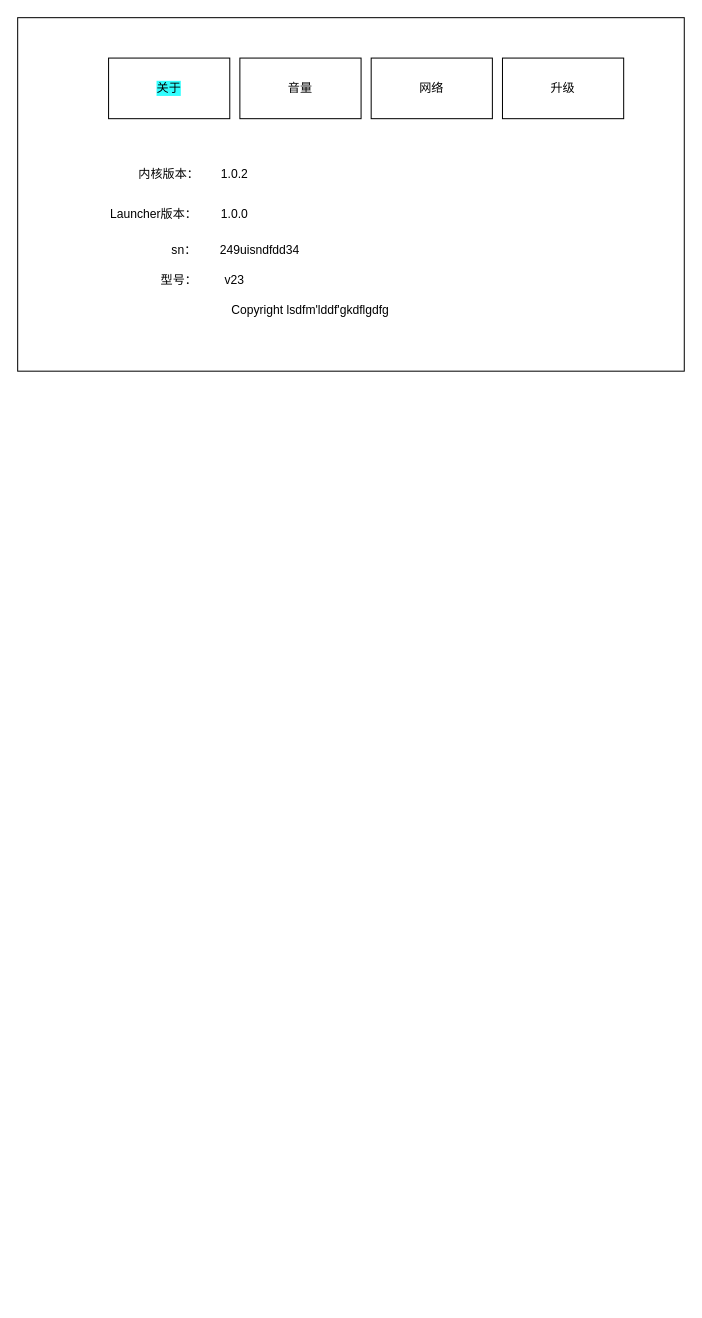
This is 海马云游戏主机Launcher设置.drawio from Garygu0519/drawideas, a draw.io file, before an edit. Source tidied: cells renumbered, new cells numbered last; positions are measured from the earlier drawing's top-left corner, leaving out a move shared by most shapes. Both pictures are drawn from the tidied source at 101%, with x=0, y=0 at pixel (17, 17).
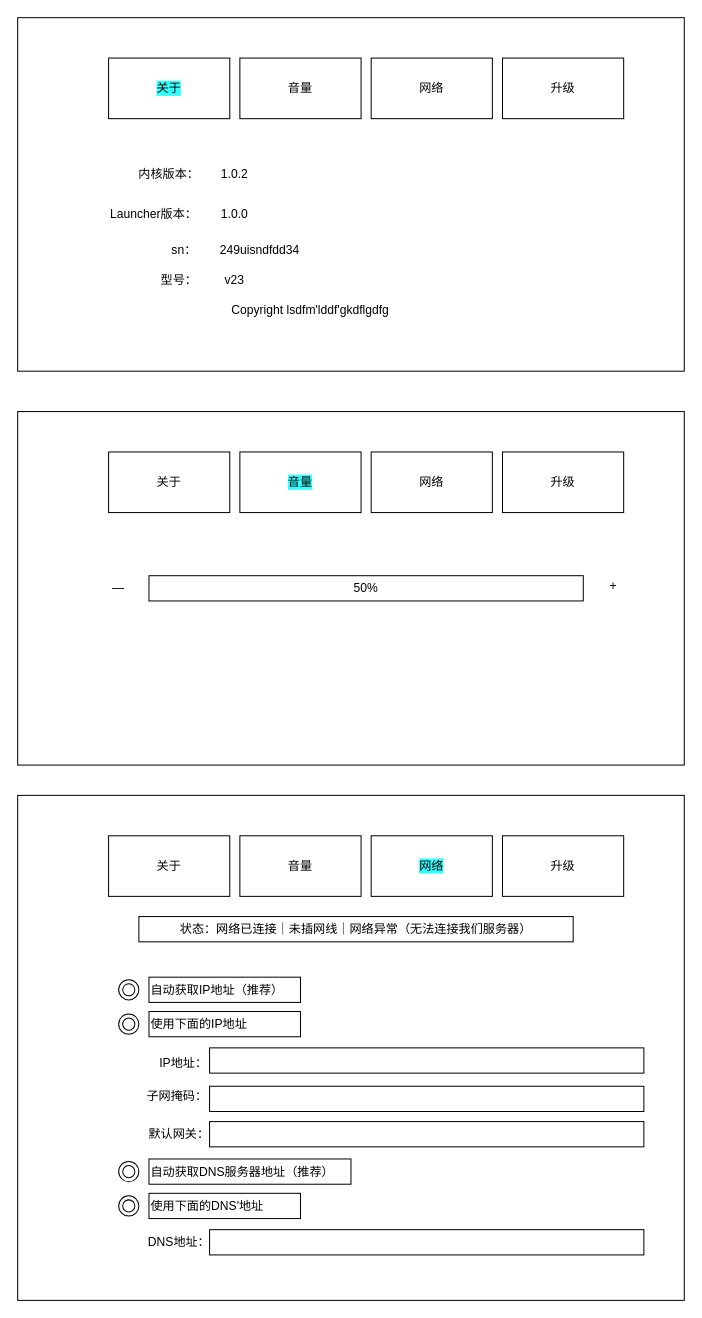
The same page after the edit.

Commit message (it also covers changes not shown here):
更新海马云游戏主机Launcher设置.drawio

The edit, as a diff of the source:
```diff
@@
+    <mxCell id="16" style="rounded=0;whiteSpace=wrap;html=1;" parent="1" vertex="1">
+      <mxGeometry y="390" width="660" height="350" as="geometry" />
+    </mxCell>
+    <mxCell id="17" value="关于" style="rounded=0;whiteSpace=wrap;html=1;labelBackgroundColor=none;" parent="1" vertex="1">
+      <mxGeometry x="90" y="430" width="120" height="60" as="geometry" />
+    </mxCell>
+    <mxCell id="18" value="网络" style="rounded=0;whiteSpace=wrap;html=1;" parent="1" vertex="1">
+      <mxGeometry x="350" y="430" width="120" height="60" as="geometry" />
+    </mxCell>
+    <mxCell id="19" value="升级" style="rounded=0;whiteSpace=wrap;html=1;" parent="1" vertex="1">
+      <mxGeometry x="480" y="430" width="120" height="60" as="geometry" />
+    </mxCell>
+    <mxCell id="20" value="音量" style="rounded=0;whiteSpace=wrap;html=1;fontColor=default;labelBackgroundColor=#33FFFF;" parent="1" vertex="1">
+      <mxGeometry x="220" y="430" width="120" height="60" as="geometry" />
+    </mxCell>
+    <mxCell id="21" value="50%" style="rounded=0;whiteSpace=wrap;html=1;" parent="1" vertex="1">
+      <mxGeometry x="130" y="552.5" width="430" height="25" as="geometry" />
+    </mxCell>
+    <mxCell id="22" value="—" style="text;html=1;align=center;verticalAlign=middle;whiteSpace=wrap;rounded=0;" parent="1" vertex="1">
+      <mxGeometry x="70" y="550" width="60" height="30" as="geometry" />
+    </mxCell>
+    <mxCell id="23" value="+" style="text;html=1;align=center;verticalAlign=middle;whiteSpace=wrap;rounded=0;" parent="1" vertex="1">
+      <mxGeometry x="560" y="547.5" width="60" height="30" as="geometry" />
+    </mxCell>
+    <mxCell id="24" style="rounded=0;whiteSpace=wrap;html=1;" parent="1" vertex="1">
+      <mxGeometry y="770" width="660" height="500" as="geometry" />
+    </mxCell>
+    <mxCell id="25" value="关于" style="rounded=0;whiteSpace=wrap;html=1;labelBackgroundColor=none;" parent="1" vertex="1">
+      <mxGeometry x="90" y="810" width="120" height="60" as="geometry" />
+    </mxCell>
+    <mxCell id="26" value="网络" style="rounded=0;whiteSpace=wrap;html=1;labelBackgroundColor=#33FFFF;" parent="1" vertex="1">
+      <mxGeometry x="350" y="810" width="120" height="60" as="geometry" />
+    </mxCell>
+    <mxCell id="27" value="升级" style="rounded=0;whiteSpace=wrap;html=1;" parent="1" vertex="1">
+      <mxGeometry x="480" y="810" width="120" height="60" as="geometry" />
+    </mxCell>
+    <mxCell id="28" value="音量" style="rounded=0;whiteSpace=wrap;html=1;fontColor=default;labelBackgroundColor=none;" parent="1" vertex="1">
+      <mxGeometry x="220" y="810" width="120" height="60" as="geometry" />
+    </mxCell>
+    <mxCell id="29" value="状态：网络已连接｜未插网线｜网络异常（无法连接我们服务器）" style="rounded=0;whiteSpace=wrap;html=1;" parent="1" vertex="1">
+      <mxGeometry x="120" y="890" width="430" height="25" as="geometry" />
+    </mxCell>
+    <mxCell id="30" value="自动获取IP地址（推荐）" style="rounded=0;whiteSpace=wrap;html=1;align=left;" parent="1" vertex="1">
+      <mxGeometry x="130" y="950" width="150" height="25" as="geometry" />
+    </mxCell>
+    <mxCell id="31" style="ellipse;shape=doubleEllipse;whiteSpace=wrap;html=1;" parent="1" vertex="1">
+      <mxGeometry x="100" y="952.5" width="20" height="20" as="geometry" />
+    </mxCell>
+    <mxCell id="32" value="使用下面的IP地址" style="rounded=0;whiteSpace=wrap;html=1;align=left;" parent="1" vertex="1">
+      <mxGeometry x="130" y="984" width="150" height="25" as="geometry" />
+    </mxCell>
+    <mxCell id="33" style="ellipse;shape=doubleEllipse;whiteSpace=wrap;html=1;" parent="1" vertex="1">
+      <mxGeometry x="100" y="986.5" width="20" height="20" as="geometry" />
+    </mxCell>
+    <mxCell id="34" value="IP地址：" style="text;html=1;align=right;verticalAlign=middle;whiteSpace=wrap;rounded=0;" parent="1" vertex="1">
+      <mxGeometry x="100" y="1020" width="90" height="30" as="geometry" />
+    </mxCell>
+    <mxCell id="35" value="子网掩码：" style="text;html=1;align=right;verticalAlign=middle;whiteSpace=wrap;rounded=0;" parent="1" vertex="1">
+      <mxGeometry x="100" y="1053" width="90" height="30" as="geometry" />
+    </mxCell>
+    <mxCell id="36" value="默认网关：" style="text;html=1;align=center;verticalAlign=middle;whiteSpace=wrap;rounded=0;" parent="1" vertex="1">
+      <mxGeometry x="115" y="1088" width="90" height="35" as="geometry" />
+    </mxCell>
+    <mxCell id="37" value="自动获取DNS服务器地址（推荐）" style="rounded=0;whiteSpace=wrap;html=1;align=left;" parent="1" vertex="1">
+      <mxGeometry x="130" y="1130" width="200" height="25" as="geometry" />
+    </mxCell>
+    <mxCell id="38" style="ellipse;shape=doubleEllipse;whiteSpace=wrap;html=1;" parent="1" vertex="1">
+      <mxGeometry x="100" y="1132.5" width="20" height="20" as="geometry" />
+    </mxCell>
+    <mxCell id="39" value="使用下面的DNS'地址" style="rounded=0;whiteSpace=wrap;html=1;align=left;" parent="1" vertex="1">
+      <mxGeometry x="130" y="1164" width="150" height="25" as="geometry" />
+    </mxCell>
+    <mxCell id="40" style="ellipse;shape=doubleEllipse;whiteSpace=wrap;html=1;" parent="1" vertex="1">
+      <mxGeometry x="100" y="1166.5" width="20" height="20" as="geometry" />
+    </mxCell>
+    <mxCell id="41" style="rounded=0;whiteSpace=wrap;html=1;" parent="1" vertex="1">
+      <mxGeometry x="190" y="1020" width="430" height="25" as="geometry" />
+    </mxCell>
+    <mxCell id="42" style="rounded=0;whiteSpace=wrap;html=1;" parent="1" vertex="1">
+      <mxGeometry x="190" y="1058" width="430" height="25" as="geometry" />
+    </mxCell>
+    <mxCell id="43" style="rounded=0;whiteSpace=wrap;html=1;" parent="1" vertex="1">
+      <mxGeometry x="190" y="1093" width="430" height="25" as="geometry" />
+    </mxCell>
+    <mxCell id="44" style="rounded=0;whiteSpace=wrap;html=1;" parent="1" vertex="1">
+      <mxGeometry x="190" y="1200" width="430" height="25" as="geometry" />
+    </mxCell>
+    <mxCell id="45" value="DNS地址：" style="text;html=1;align=center;verticalAlign=middle;whiteSpace=wrap;rounded=0;" parent="1" vertex="1">
+      <mxGeometry x="115" y="1195" width="90" height="35" as="geometry" />
+    </mxCell>
```
